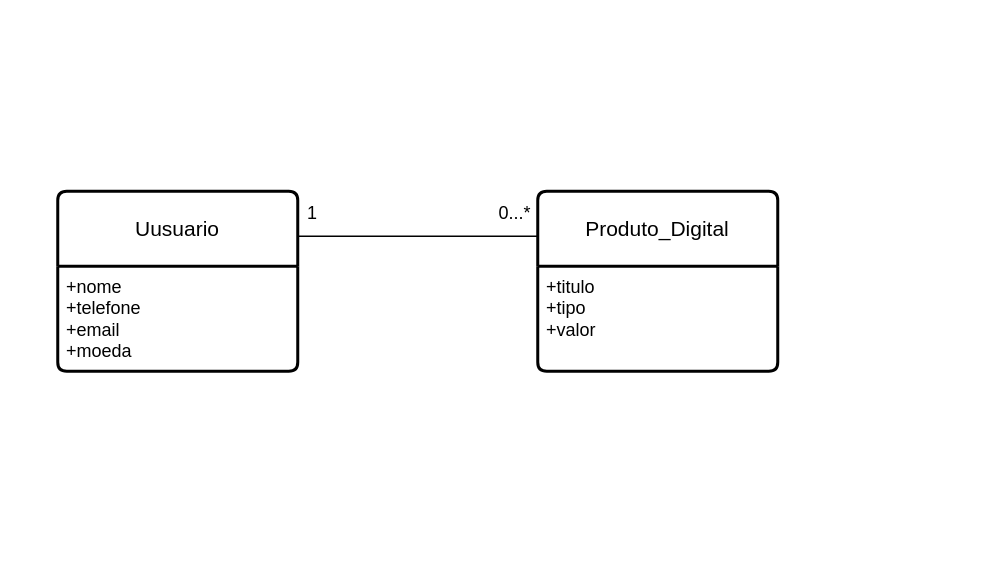
Above: digitalmarket.drawio in Tpirate90/TP90 (draw.io), before the change. Source tidied: cells renumbered, new cells numbered last; positions are measured from the earlier drawing's top-left corner, leaving out a move shared by most shapes. Both pictures are drawn from the tidied source at 150%, with x=0, y=0 at pixel (57, 190).
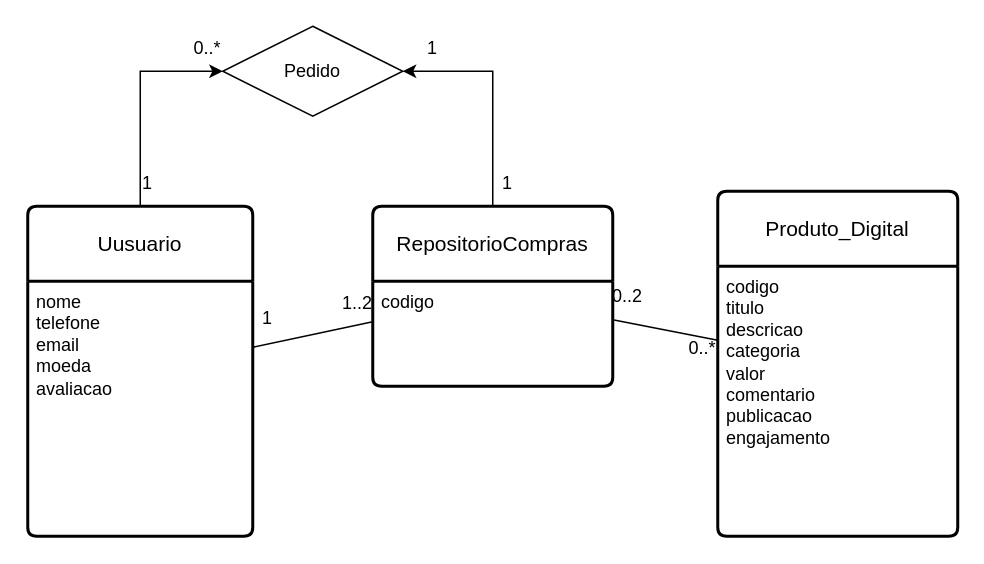
After the change.

The edit, as a diff of the source:
```diff
@@
+    <mxCell id="9" style="edgeStyle=orthogonalEdgeStyle;rounded=0;jettySize=auto;html=1;entryX=0;entryY=0.5;entryDx=0;entryDy=0;" parent="1" edge="1" source="2" target="17">
+      <mxGeometry relative="1" as="geometry" />
+    </mxCell>
     <mxCell id="2" value="Uusuario" style="swimlane;horizontal=1;startSize=50;rounded=1;fontSize=14;fontStyle=0;strokeWidth=2;shadow=0;dashed=0;align=center;arcSize=4;whiteSpace=wrap;html=1;" parent="1" vertex="1">
-      <mxGeometry width="160" height="120" as="geometry" />
+      <mxGeometry x="-20" y="10" width="150" height="220" as="geometry" />
     </mxCell>
-    <mxCell id="3" value="+nome&lt;br&gt;+telefone&lt;br&gt;&lt;div&gt;+email&lt;/div&gt;&lt;div&gt;+moeda&lt;/div&gt;" style="align=left;strokeColor=none;fillColor=none;spacingLeft=4;fontSize=12;verticalAlign=top;html=1;" parent="2" vertex="1">
-      <mxGeometry y="50" width="160" height="70" as="geometry" />
+    <mxCell id="3" value="nome&lt;br&gt;telefone&lt;br&gt;&lt;div&gt;email&lt;/div&gt;&lt;div&gt;moeda&lt;/div&gt;&lt;div&gt;avaliacao&lt;/div&gt;&lt;div&gt;&lt;br&gt;&lt;/div&gt;&lt;div&gt;&lt;br&gt;&lt;/div&gt;&lt;div&gt;&lt;br&gt;&lt;/div&gt;" style="align=left;strokeColor=none;fillColor=none;spacingLeft=4;fontSize=12;verticalAlign=top;html=1;" parent="2" vertex="1">
+      <mxGeometry y="50" width="150" height="170" as="geometry" />
     </mxCell>
     <mxCell id="4" value="Produto_Digital" style="swimlane;horizontal=1;startSize=50;rounded=1;fontSize=14;fontStyle=0;strokeWidth=2;shadow=0;dashed=0;align=center;arcSize=4;whiteSpace=wrap;html=1;" parent="1" vertex="1">
-      <mxGeometry x="320" width="160" height="120" as="geometry" />
+      <mxGeometry x="440" width="160" height="230" as="geometry" />
     </mxCell>
-    <mxCell id="5" value="+titulo&lt;br&gt;+tipo&lt;br&gt;+valor" style="align=left;strokeColor=none;fillColor=none;spacingLeft=4;fontSize=12;verticalAlign=top;html=1;" parent="4" vertex="1">
-      <mxGeometry y="50" width="160" height="70" as="geometry" />
+    <mxCell id="5" value="&lt;div&gt;codigo&lt;br&gt;&lt;/div&gt;&lt;div&gt;titulo&lt;/div&gt;&lt;div&gt;descricao&lt;br&gt;&lt;/div&gt;&lt;div&gt;categoria&lt;/div&gt;&lt;div&gt;valor&lt;/div&gt;&lt;div&gt;comentario&lt;/div&gt;&lt;div&gt;publicacao&lt;/div&gt;&lt;div&gt;engajamento&lt;br&gt;&lt;/div&gt;" style="align=left;strokeColor=none;fillColor=none;spacingLeft=4;fontSize=12;verticalAlign=top;html=1;" parent="4" vertex="1">
+      <mxGeometry y="50" width="160" height="180" as="geometry" />
     </mxCell>
-    <mxCell id="6" style="endArrow=none;html=1;rounded=0;exitX=1;exitY=0.25;exitDx=0;exitDy=0;entryX=0;entryY=0.25;entryDx=0;entryDy=0;" parent="1" edge="1" source="2" target="4">
+    <mxCell id="6" style="endArrow=none;html=1;rounded=0;" parent="1" edge="1" source="2" target="11">
       <mxGeometry relative="1" as="geometry" />
     </mxCell>
     <mxCell id="7" value="1" style="text;strokeColor=none;align=center;fillColor=none;html=1;verticalAlign=middle;whiteSpace=wrap;rounded=0;" parent="1" vertex="1">
-      <mxGeometry x="160" width="20" height="30" as="geometry" />
+      <mxGeometry x="130" y="70" width="20" height="30" as="geometry" />
     </mxCell>
@@
+    <mxCell id="10" style="edgeStyle=orthogonalEdgeStyle;rounded=0;jettySize=auto;html=1;entryX=1;entryY=0.5;entryDx=0;entryDy=0;" parent="1" edge="1" source="11" target="17">
+      <mxGeometry relative="1" as="geometry" />
+    </mxCell>
+    <mxCell id="11" value="RepositorioCompras" style="swimlane;horizontal=1;startSize=50;rounded=1;fontSize=14;fontStyle=0;strokeWidth=2;shadow=0;dashed=0;align=center;arcSize=4;whiteSpace=wrap;html=1;" parent="1" vertex="1">
+      <mxGeometry x="210" y="10" width="160" height="120" as="geometry" />
+    </mxCell>
+    <mxCell id="12" value="codigo" style="text;strokeColor=none;fillColor=none;spacingLeft=4;spacingRight=4;overflow=hidden;fontSize=12;whiteSpace=wrap;html=1;" parent="11" vertex="1">
+      <mxGeometry y="50" width="160" height="70" as="geometry" />
+    </mxCell>
+    <mxCell id="13" style="endArrow=none;html=1;rounded=0;" parent="1" edge="1" source="11" target="4">
+      <mxGeometry relative="1" as="geometry" />
+    </mxCell>
+    <mxCell id="14" value="&lt;div&gt;1..2&lt;/div&gt;" style="text;strokeColor=none;align=center;fillColor=none;html=1;verticalAlign=middle;whiteSpace=wrap;rounded=0;" parent="1" vertex="1">
+      <mxGeometry x="190" y="60" width="20" height="30" as="geometry" />
+    </mxCell>
+    <mxCell id="15" value="&lt;div&gt;0..*&lt;/div&gt;" style="text;strokeColor=none;align=center;fillColor=none;html=1;verticalAlign=middle;whiteSpace=wrap;rounded=0;" parent="1" vertex="1">
+      <mxGeometry x="420" y="90" width="20" height="30" as="geometry" />
+    </mxCell>
+    <mxCell id="16" value="&lt;div&gt;0..2&lt;/div&gt;" style="text;strokeColor=none;align=center;fillColor=none;html=1;verticalAlign=middle;whiteSpace=wrap;rounded=0;" parent="1" vertex="1">
+      <mxGeometry x="370" y="55" width="20" height="30" as="geometry" />
+    </mxCell>
+    <mxCell id="17" value="&lt;div&gt;Pedido&lt;/div&gt;" style="shape=rhombus;perimeter=rhombusPerimeter;whiteSpace=wrap;html=1;align=center;" parent="1" vertex="1">
+      <mxGeometry x="110" y="-110" width="120" height="60" as="geometry" />
+    </mxCell>
+    <mxCell id="18" value="&lt;div&gt;0..*&lt;/div&gt;" style="text;strokeColor=none;align=center;fillColor=none;html=1;verticalAlign=middle;whiteSpace=wrap;rounded=0;" parent="1" vertex="1">
+      <mxGeometry x="90" y="-110" width="20" height="30" as="geometry" />
+    </mxCell>
+    <mxCell id="19" value="&lt;div&gt;1&lt;/div&gt;" style="text;strokeColor=none;align=center;fillColor=none;html=1;verticalAlign=middle;whiteSpace=wrap;rounded=0;" parent="1" vertex="1">
+      <mxGeometry x="240" y="-110" width="20" height="30" as="geometry" />
+    </mxCell>
+    <mxCell id="20" value="&lt;div&gt;1&lt;/div&gt;" style="text;strokeColor=none;align=center;fillColor=none;html=1;verticalAlign=middle;whiteSpace=wrap;rounded=0;" parent="1" vertex="1">
+      <mxGeometry x="50" y="-20" width="20" height="30" as="geometry" />
+    </mxCell>
+    <mxCell id="21" value="&lt;div&gt;1&lt;/div&gt;" style="text;strokeColor=none;align=center;fillColor=none;html=1;verticalAlign=middle;whiteSpace=wrap;rounded=0;rotation=0;" parent="1" vertex="1">
+      <mxGeometry x="290" y="-20" width="20" height="30" as="geometry" />
+    </mxCell>
```
